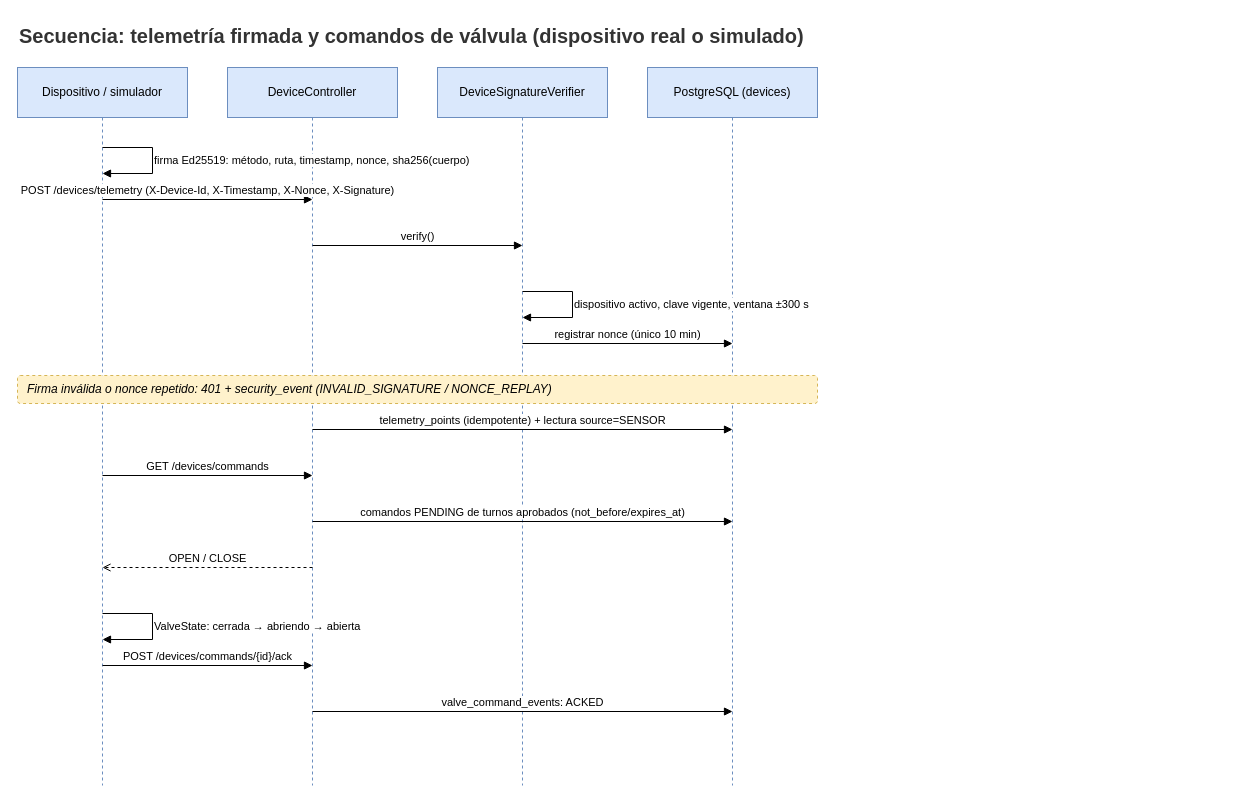
NicoalsD/caudal-backend keeps this draw.io diagram as docs/images/secuencia-telemetria.drawio. Above is the earlier version. Source tidied: cells renumbered, new cells numbered last; positions are measured from the earlier drawing's top-left corner, leaving out a move shared by most shapes. Both pictures are drawn from the tidied source at 100%, with x=0, y=0 at pixel (17, 17).
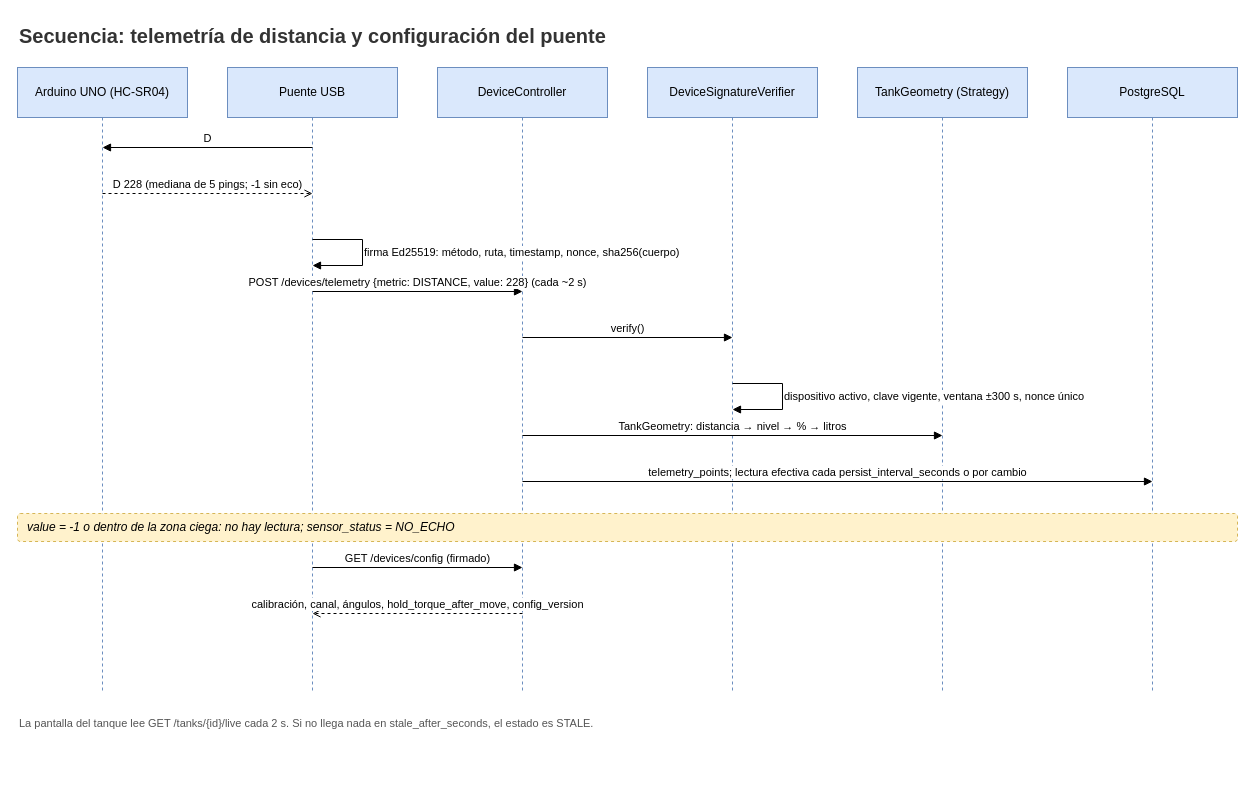
The same page after the edit.

Commit message (it also covers changes not shown here):
docs: actualiza las secuencias de login, telemetría y pronóstico

The edit, as a diff of the source:
```diff
@@
-    <mxCell id="2" value="Secuencia: telemetría firmada y comandos de válvula (dispositivo real o simulado)" style="text;html=1;whiteSpace=wrap;fontSize=20;align=left;verticalAlign=middle;fontColor=#333333;fontStyle=1;" parent="1" vertex="1">
+    <mxCell id="2" value="Secuencia: telemetría de distancia y configuración del puente" style="text;html=1;whiteSpace=wrap;fontSize=20;align=left;verticalAlign=middle;fontColor=#333333;fontStyle=1;" parent="1" vertex="1">
       <mxGeometry width="1200" height="36" as="geometry" />
     </mxCell>
-    <mxCell id="3" value="Dispositivo / simulador" style="shape=umlLifeline;perimeter=lifelinePerimeter;whiteSpace=wrap;html=1;fillColor=#dae8fc;strokeColor=#6c8ebf;fontSize=12;size=50;" parent="1" vertex="1">
-      <mxGeometry y="50" width="170" height="718" as="geometry" />
-    </mxCell>
+    <mxCell id="20" value="Arduino UNO (HC-SR04)" style="shape=umlLifeline;perimeter=lifelinePerimeter;whiteSpace=wrap;html=1;fillColor=#dae8fc;strokeColor=#6c8ebf;fontSize=12;size=50;" parent="1" vertex="1">
+      <mxGeometry y="50" width="170" height="626" as="geometry" />
+    </mxCell>
+    <mxCell id="21" value="Puente USB" style="shape=umlLifeline;perimeter=lifelinePerimeter;whiteSpace=wrap;html=1;fillColor=#dae8fc;strokeColor=#6c8ebf;fontSize=12;size=50;" parent="1" vertex="1">
+      <mxGeometry x="210" y="50" width="170" height="626" as="geometry" />
+    </mxCell>
     <mxCell id="4" value="DeviceController" style="shape=umlLifeline;perimeter=lifelinePerimeter;whiteSpace=wrap;html=1;fillColor=#dae8fc;strokeColor=#6c8ebf;fontSize=12;size=50;" parent="1" vertex="1">
-      <mxGeometry x="210" y="50" width="170" height="718" as="geometry" />
+      <mxGeometry x="420" y="50" width="170" height="626" as="geometry" />
     </mxCell>
     <mxCell id="5" value="DeviceSignatureVerifier" style="shape=umlLifeline;perimeter=lifelinePerimeter;whiteSpace=wrap;html=1;fillColor=#dae8fc;strokeColor=#6c8ebf;fontSize=12;size=50;" parent="1" vertex="1">
-      <mxGeometry x="420" y="50" width="170" height="718" as="geometry" />
+      <mxGeometry x="630" y="50" width="170" height="626" as="geometry" />
     </mxCell>
+    <mxCell id="22" value="TankGeometry (Strategy)" style="shape=umlLifeline;perimeter=lifelinePerimeter;whiteSpace=wrap;html=1;fillColor=#dae8fc;strokeColor=#6c8ebf;fontSize=12;size=50;" parent="1" vertex="1">
+      <mxGeometry x="840" y="50" width="170" height="626" as="geometry" />
+    </mxCell>
-    <mxCell id="6" value="PostgreSQL (devices)" style="shape=umlLifeline;perimeter=lifelinePerimeter;whiteSpace=wrap;html=1;fillColor=#dae8fc;strokeColor=#6c8ebf;fontSize=12;size=50;" parent="1" vertex="1">
-      <mxGeometry x="630" y="50" width="170" height="718" as="geometry" />
+    <mxCell id="6" value="PostgreSQL" style="shape=umlLifeline;perimeter=lifelinePerimeter;whiteSpace=wrap;html=1;fillColor=#dae8fc;strokeColor=#6c8ebf;fontSize=12;size=50;" parent="1" vertex="1">
+      <mxGeometry x="1050" y="50" width="170" height="626" as="geometry" />
     </mxCell>
-    <mxCell id="7" value="firma Ed25519: método, ruta, timestamp, nonce, sha256(cuerpo)" style="html=1;endArrow=block;rounded=0;fontSize=11;align=left;labelBackgroundColor=#ffffff;edgeStyle=none;" parent="1" edge="1">
+    <mxCell id="7" value="D" style="html=1;endArrow=block;endFill=1;rounded=0;fontSize=11;labelBackgroundColor=#ffffff;verticalAlign=bottom;" parent="1" edge="1">
       <mxGeometry relative="1" as="geometry">
-        <mxPoint x="85" y="130" as="sourcePoint" />
-        <mxPoint x="85" y="156" as="targetPoint" />
-        <Array as="points">
-          <mxPoint x="135" y="130" />
-          <mxPoint x="135" y="156" />
-        </Array>
+        <mxPoint x="295" y="130" as="sourcePoint" />
+        <mxPoint x="85" y="130" as="targetPoint" />
       </mxGeometry>
     </mxCell>
-    <mxCell id="8" value="POST /devices/telemetry (X-Device-Id, X-Timestamp, X-Nonce, X-Signature)" style="html=1;endArrow=block;endFill=1;rounded=0;fontSize=11;labelBackgroundColor=#ffffff;verticalAlign=bottom;" parent="1" edge="1">
+    <mxCell id="8" value="D 228 (mediana de 5 pings; -1 sin eco)" style="html=1;endArrow=open;endFill=1;rounded=0;fontSize=11;labelBackgroundColor=#ffffff;verticalAlign=bottom;dashed=1;" parent="1" edge="1">
       <mxGeometry relative="1" as="geometry">
-        <mxPoint x="85" y="182" as="sourcePoint" />
-        <mxPoint x="295" y="182" as="targetPoint" />
+        <mxPoint x="85" y="176" as="sourcePoint" />
+        <mxPoint x="295" y="176" as="targetPoint" />
       </mxGeometry>
     </mxCell>
-    <mxCell id="9" value="verify()" style="html=1;endArrow=block;endFill=1;rounded=0;fontSize=11;labelBackgroundColor=#ffffff;verticalAlign=bottom;" parent="1" edge="1">
+    <mxCell id="9" value="firma Ed25519: método, ruta, timestamp, nonce, sha256(cuerpo)" style="html=1;endArrow=block;rounded=0;fontSize=11;align=left;labelBackgroundColor=#ffffff;edgeStyle=none;" parent="1" edge="1">
       <mxGeometry relative="1" as="geometry">
-        <mxPoint x="295" y="228" as="sourcePoint" />
-        <mxPoint x="505" y="228" as="targetPoint" />
+        <mxPoint x="295" y="222" as="sourcePoint" />
+        <mxPoint x="295" y="248" as="targetPoint" />
+        <Array as="points">
+          <mxPoint x="345" y="222" />
+          <mxPoint x="345" y="248" />
+        </Array>
       </mxGeometry>
     </mxCell>
-    <mxCell id="10" value="dispositivo activo, clave vigente, ventana ±300 s" style="html=1;endArrow=block;rounded=0;fontSize=11;align=left;labelBackgroundColor=#ffffff;edgeStyle=none;" parent="1" edge="1">
+    <mxCell id="10" value="POST /devices/telemetry {metric: DISTANCE, value: 228} (cada ~2 s)" style="html=1;endArrow=block;endFill=1;rounded=0;fontSize=11;labelBackgroundColor=#ffffff;verticalAlign=bottom;" parent="1" edge="1">
       <mxGeometry relative="1" as="geometry">
-        <mxPoint x="505" y="274" as="sourcePoint" />
-        <mxPoint x="505" y="300" as="targetPoint" />
-        <Array as="points">
-          <mxPoint x="555" y="274" />
-          <mxPoint x="555" y="300" />
-        </Array>
+        <mxPoint x="295" y="274" as="sourcePoint" />
+        <mxPoint x="505" y="274" as="targetPoint" />
       </mxGeometry>
     </mxCell>
-    <mxCell id="11" value="registrar nonce (único 10 min)" style="html=1;endArrow=block;endFill=1;rounded=0;fontSize=11;labelBackgroundColor=#ffffff;verticalAlign=bottom;" parent="1" edge="1">
+    <mxCell id="11" value="verify()" style="html=1;endArrow=block;endFill=1;rounded=0;fontSize=11;labelBackgroundColor=#ffffff;verticalAlign=bottom;" parent="1" edge="1">
       <mxGeometry relative="1" as="geometry">
-        <mxPoint x="505" y="326" as="sourcePoint" />
-        <mxPoint x="715" y="326" as="targetPoint" />
+        <mxPoint x="505" y="320" as="sourcePoint" />
+        <mxPoint x="715" y="320" as="targetPoint" />
       </mxGeometry>
     </mxCell>
-    <mxCell id="12" value="Firma inválida o nonce repetido: 401 + security_event (INVALID_SIGNATURE / NONCE_REPLAY)" style="rounded=1;whiteSpace=wrap;html=1;fillColor=#fff2cc;strokeColor=#d6b656;fontSize=12;arcSize=10;dashed=1;align=left;spacingLeft=8;fontStyle=2;" parent="1" vertex="1">
-      <mxGeometry y="358" width="800" height="28" as="geometry" />
-    </mxCell>
+    <mxCell id="23" value="dispositivo activo, clave vigente, ventana ±300 s, nonce único" style="html=1;endArrow=block;rounded=0;fontSize=11;align=left;labelBackgroundColor=#ffffff;edgeStyle=none;" parent="1" edge="1">
+      <mxGeometry relative="1" as="geometry">
+        <mxPoint x="715" y="366" as="sourcePoint" />
+        <mxPoint x="715" y="392" as="targetPoint" />
+        <Array as="points">
+          <mxPoint x="765" y="366" />
+          <mxPoint x="765" y="392" />
+        </Array>
+      </mxGeometry>
+    </mxCell>
-    <mxCell id="13" value="telemetry_points (idempotente) + lectura source=SENSOR" style="html=1;endArrow=block;endFill=1;rounded=0;fontSize=11;labelBackgroundColor=#ffffff;verticalAlign=bottom;" parent="1" edge="1">
+    <mxCell id="13" value="TankGeometry: distancia → nivel → % → litros" style="html=1;endArrow=block;endFill=1;rounded=0;fontSize=11;labelBackgroundColor=#ffffff;verticalAlign=bottom;" parent="1" edge="1">
       <mxGeometry relative="1" as="geometry">
-        <mxPoint x="295" y="412" as="sourcePoint" />
-        <mxPoint x="715" y="412" as="targetPoint" />
+        <mxPoint x="505" y="418" as="sourcePoint" />
+        <mxPoint x="925" y="418" as="targetPoint" />
       </mxGeometry>
     </mxCell>
-    <mxCell id="14" value="GET /devices/commands" style="html=1;endArrow=block;endFill=1;rounded=0;fontSize=11;labelBackgroundColor=#ffffff;verticalAlign=bottom;" parent="1" edge="1">
+    <mxCell id="14" value="telemetry_points; lectura efectiva cada persist_interval_seconds o por cambio" style="html=1;endArrow=block;endFill=1;rounded=0;fontSize=11;labelBackgroundColor=#ffffff;verticalAlign=bottom;" parent="1" edge="1">
       <mxGeometry relative="1" as="geometry">
-        <mxPoint x="85" y="458" as="sourcePoint" />
-        <mxPoint x="295" y="458" as="targetPoint" />
+        <mxPoint x="505" y="464" as="sourcePoint" />
+        <mxPoint x="1135" y="464" as="targetPoint" />
       </mxGeometry>
     </mxCell>
-    <mxCell id="15" value="comandos PENDING de turnos aprobados (not_before/expires_at)" style="html=1;endArrow=block;endFill=1;rounded=0;fontSize=11;labelBackgroundColor=#ffffff;verticalAlign=bottom;" parent="1" edge="1">
-      <mxGeometry relative="1" as="geometry">
-        <mxPoint x="295" y="504" as="sourcePoint" />
-        <mxPoint x="715" y="504" as="targetPoint" />
-      </mxGeometry>
-    </mxCell>
+    <mxCell id="24" value="value = -1 o dentro de la zona ciega: no hay lectura; sensor_status = NO_ECHO" style="rounded=1;whiteSpace=wrap;html=1;fillColor=#fff2cc;strokeColor=#d6b656;fontSize=12;arcSize=10;dashed=1;align=left;spacingLeft=8;fontStyle=2;" parent="1" vertex="1">
+      <mxGeometry y="496" width="1220" height="28" as="geometry" />
+    </mxCell>
-    <mxCell id="16" value="OPEN / CLOSE" style="html=1;endArrow=open;endFill=1;rounded=0;fontSize=11;labelBackgroundColor=#ffffff;verticalAlign=bottom;dashed=1;" parent="1" edge="1">
+    <mxCell id="16" value="GET /devices/config (firmado)" style="html=1;endArrow=block;endFill=1;rounded=0;fontSize=11;labelBackgroundColor=#ffffff;verticalAlign=bottom;" parent="1" edge="1">
       <mxGeometry relative="1" as="geometry">
         <mxPoint x="295" y="550" as="sourcePoint" />
-        <mxPoint x="85" y="550" as="targetPoint" />
+        <mxPoint x="505" y="550" as="targetPoint" />
       </mxGeometry>
     </mxCell>
-    <mxCell id="17" value="ValveState: cerrada → abriendo → abierta" style="html=1;endArrow=block;rounded=0;fontSize=11;align=left;labelBackgroundColor=#ffffff;edgeStyle=none;" parent="1" edge="1">
+    <mxCell id="17" value="calibración, canal, ángulos, hold_torque_after_move, config_version" style="html=1;endArrow=open;endFill=1;rounded=0;fontSize=11;labelBackgroundColor=#ffffff;verticalAlign=bottom;dashed=1;" parent="1" edge="1">
       <mxGeometry relative="1" as="geometry">
-        <mxPoint x="85" y="596" as="sourcePoint" />
-        <mxPoint x="85" y="622" as="targetPoint" />
-        <Array as="points">
-          <mxPoint x="135" y="596" />
-          <mxPoint x="135" y="622" />
-        </Array>
+        <mxPoint x="505" y="596" as="sourcePoint" />
+        <mxPoint x="295" y="596" as="targetPoint" />
       </mxGeometry>
     </mxCell>
-    <mxCell id="18" value="POST /devices/commands/{id}/ack" style="html=1;endArrow=block;endFill=1;rounded=0;fontSize=11;labelBackgroundColor=#ffffff;verticalAlign=bottom;" parent="1" edge="1">
-      <mxGeometry relative="1" as="geometry">
-        <mxPoint x="85" y="648" as="sourcePoint" />
-        <mxPoint x="295" y="648" as="targetPoint" />
-      </mxGeometry>
-    </mxCell>
-    <mxCell id="19" value="valve_command_events: ACKED" style="html=1;endArrow=block;endFill=1;rounded=0;fontSize=11;labelBackgroundColor=#ffffff;verticalAlign=bottom;" parent="1" edge="1">
-      <mxGeometry relative="1" as="geometry">
-        <mxPoint x="295" y="694" as="sourcePoint" />
-        <mxPoint x="715" y="694" as="targetPoint" />
-      </mxGeometry>
-    </mxCell>
+    <mxCell id="25" value="La pantalla del tanque lee GET /tanks/{id}/live cada 2 s. Si no llega nada en stale_after_seconds, el estado es STALE." style="text;html=1;whiteSpace=wrap;fontSize=11;align=left;verticalAlign=middle;fontColor=#555555;" parent="1" vertex="1">
+      <mxGeometry y="686" width="1220" height="40" as="geometry" />
+    </mxCell>
```
